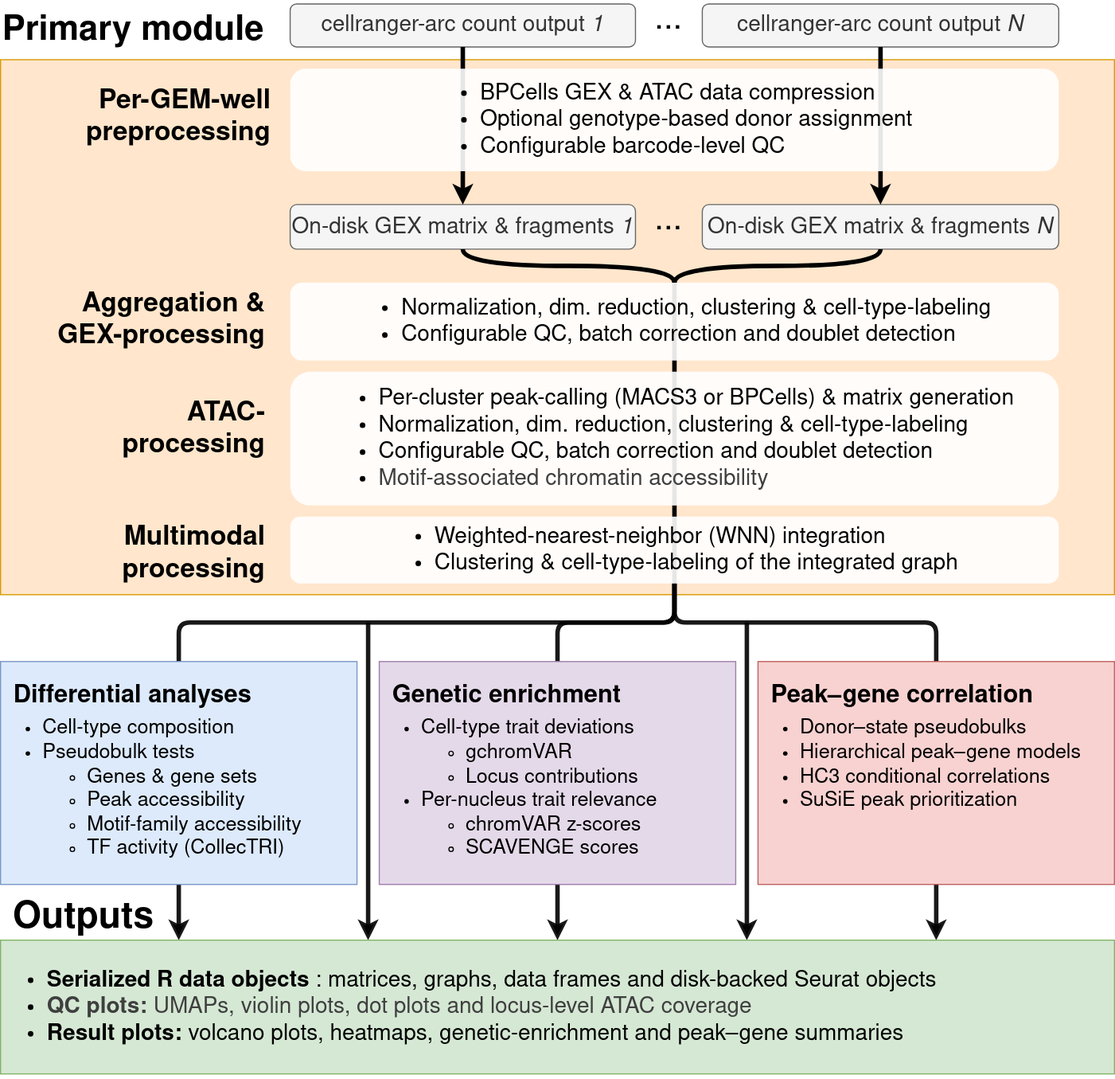
The draw.io diagram website/figures/multiomeR_overview_simplified.drawio.svg in koefoeden/multiomeR, before a commit. Source tidied: cells renumbered, new cells last; positions are measured from the earlier drawing's top-left corner, leaving out a move shared by most shapes.
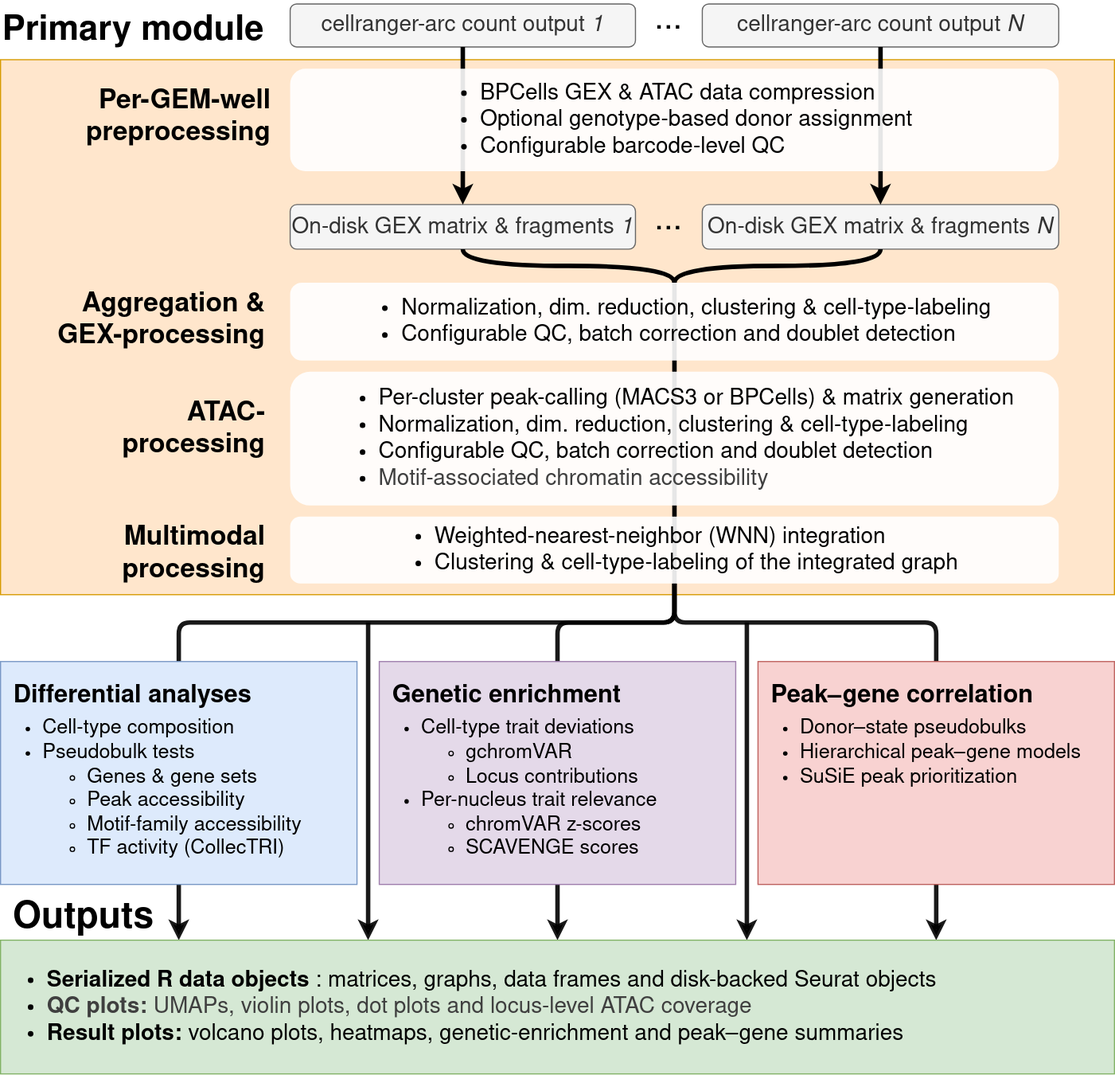
The same file after the commit.

Commit message:
Drop the removed HC3 scan from the workflow overview

The peak-gene module lost its HC3 conditional-correlation scan, but the
overview figure still listed it.

non_target_breaking

Adapted-from-private-commit: f046b6b

Diff of the diagram source:
```diff
@@ -89,7 +89,7 @@
     <mxCell id="30" style="whiteSpace=wrap;html=1;rounded=0;fillColor=#f8cecc;strokeColor=#b85450;opacity=90;fontFamily=Nimbus Sans;" parent="1" vertex="1">
       <mxGeometry x="680" y="590" width="320" height="200" as="geometry" />
     </mxCell>
-    <mxCell id="31" value="&lt;div style=&quot;font-size: 22px;&quot;&gt;&lt;b&gt;Peak–gene correlation&lt;/b&gt;&lt;/div&gt;&lt;ul style=&quot;margin-top: 6px; margin-bottom: 0px; padding-left: 26px;&quot;&gt;&lt;li&gt;Donor–state pseudobulks&lt;/li&gt;&lt;li&gt;Hierarchical peak–gene models&lt;/li&gt;&lt;li&gt;HC3 conditional correlations&lt;/li&gt;&lt;li&gt;SuSiE peak prioritization&lt;/li&gt;&lt;/ul&gt;" style="rounded=1;whiteSpace=wrap;html=1;dashed=1;fillColor=none;strokeColor=none;opacity=90;fontSize=18;align=left;verticalAlign=top;fontFamily=Nimbus Sans;" parent="1" vertex="1">
+    <mxCell id="31" value="&lt;div style=&quot;font-size: 22px;&quot;&gt;&lt;b&gt;Peak–gene correlation&lt;/b&gt;&lt;/div&gt;&lt;ul style=&quot;margin-top: 6px; margin-bottom: 0px; padding-left: 26px;&quot;&gt;&lt;li&gt;Donor–state pseudobulks&lt;/li&gt;&lt;li&gt;Hierarchical peak–gene models&lt;/li&gt;&lt;li&gt;SuSiE peak prioritization&lt;/li&gt;&lt;/ul&gt;" style="rounded=1;whiteSpace=wrap;html=1;dashed=1;fillColor=none;strokeColor=none;opacity=90;fontSize=18;align=left;verticalAlign=top;fontFamily=Nimbus Sans;" parent="1" vertex="1">
       <mxGeometry x="690" y="595" width="300" height="190" as="geometry" />
     </mxCell>
     <mxCell id="32" style="html=1;fontSize=19;strokeColor=default;opacity=90;strokeWidth=4;fontFamily=Nimbus Sans;rounded=1;endArrow=none;endFill=0;" parent="1" edge="1">
```
